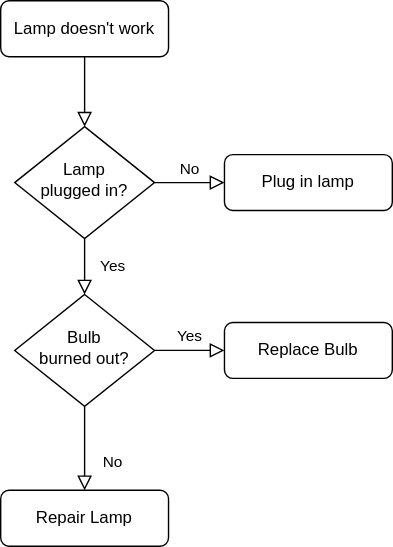
Before: Foxy Jumper.drawio.svg, a diagram exported from draw.io (sapperberet/Jumpy-foxy-Game). Source tidied: cells renumbered, new cells last; positions are measured from the earlier drawing's top-left corner, leaving out a move shared by most shapes. Source of this version:
```xml
<mxGraphModel>
  <root>
    <mxCell id="0" />
    <mxCell id="1" parent="0" />
    <mxCell id="2" style="rounded=0;html=1;jettySize=auto;fontSize=11;endArrow=block;endFill=0;endSize=8;strokeWidth=1;shadow=0;labelBackgroundColor=none;edgeStyle=orthogonalEdgeStyle;" parent="1" edge="1" source="3" target="6">
      <mxGeometry relative="1" as="geometry" />
    </mxCell>
    <mxCell id="3" value="Lamp doesn't work" style="rounded=1;whiteSpace=wrap;html=1;fontSize=12;glass=0;strokeWidth=1;shadow=0;" parent="1" vertex="1">
      <mxGeometry width="120" height="40" as="geometry" />
    </mxCell>
    <mxCell id="4" value="Yes" style="rounded=0;html=1;jettySize=auto;fontSize=11;endArrow=block;endFill=0;endSize=8;strokeWidth=1;shadow=0;labelBackgroundColor=none;edgeStyle=orthogonalEdgeStyle;" parent="1" edge="1" source="6" target="10">
      <mxGeometry y="20" relative="1" as="geometry" />
    </mxCell>
    <mxCell id="5" value="No" style="edgeStyle=orthogonalEdgeStyle;rounded=0;html=1;jettySize=auto;fontSize=11;endArrow=block;endFill=0;endSize=8;strokeWidth=1;shadow=0;labelBackgroundColor=none;" parent="1" edge="1" source="6" target="7">
      <mxGeometry y="10" relative="1" as="geometry" />
    </mxCell>
    <mxCell id="6" value="Lamp&lt;br&gt;plugged in?" style="rhombus;whiteSpace=wrap;html=1;shadow=0;fontFamily=Helvetica;fontSize=12;align=center;strokeWidth=1;spacing=6;spacingTop=-4;" parent="1" vertex="1">
      <mxGeometry x="10" y="90" width="100" height="80" as="geometry" />
    </mxCell>
    <mxCell id="7" value="Plug in lamp" style="rounded=1;whiteSpace=wrap;html=1;fontSize=12;glass=0;strokeWidth=1;shadow=0;" parent="1" vertex="1">
      <mxGeometry x="160" y="110" width="120" height="40" as="geometry" />
    </mxCell>
    <mxCell id="8" value="No" style="rounded=0;html=1;jettySize=auto;fontSize=11;endArrow=block;endFill=0;endSize=8;strokeWidth=1;shadow=0;labelBackgroundColor=none;edgeStyle=orthogonalEdgeStyle;" parent="1" edge="1" source="10" target="11">
      <mxGeometry x="0.33" y="20" relative="1" as="geometry" />
    </mxCell>
    <mxCell id="9" value="Yes" style="edgeStyle=orthogonalEdgeStyle;rounded=0;html=1;jettySize=auto;fontSize=11;endArrow=block;endFill=0;endSize=8;strokeWidth=1;shadow=0;labelBackgroundColor=none;" parent="1" edge="1" source="10" target="12">
      <mxGeometry y="10" relative="1" as="geometry" />
    </mxCell>
    <mxCell id="10" value="Bulb&lt;br&gt;burned out?" style="rhombus;whiteSpace=wrap;html=1;shadow=0;fontFamily=Helvetica;fontSize=12;align=center;strokeWidth=1;spacing=6;spacingTop=-4;" parent="1" vertex="1">
      <mxGeometry x="10" y="210" width="100" height="80" as="geometry" />
    </mxCell>
    <mxCell id="11" value="Repair Lamp" style="rounded=1;whiteSpace=wrap;html=1;fontSize=12;glass=0;strokeWidth=1;shadow=0;" parent="1" vertex="1">
      <mxGeometry y="350" width="120" height="40" as="geometry" />
    </mxCell>
    <mxCell id="12" value="Replace Bulb" style="rounded=1;whiteSpace=wrap;html=1;fontSize=12;glass=0;strokeWidth=1;shadow=0;" parent="1" vertex="1">
      <mxGeometry x="160" y="230" width="120" height="40" as="geometry" />
    </mxCell>
  </root>
</mxGraphModel>
```
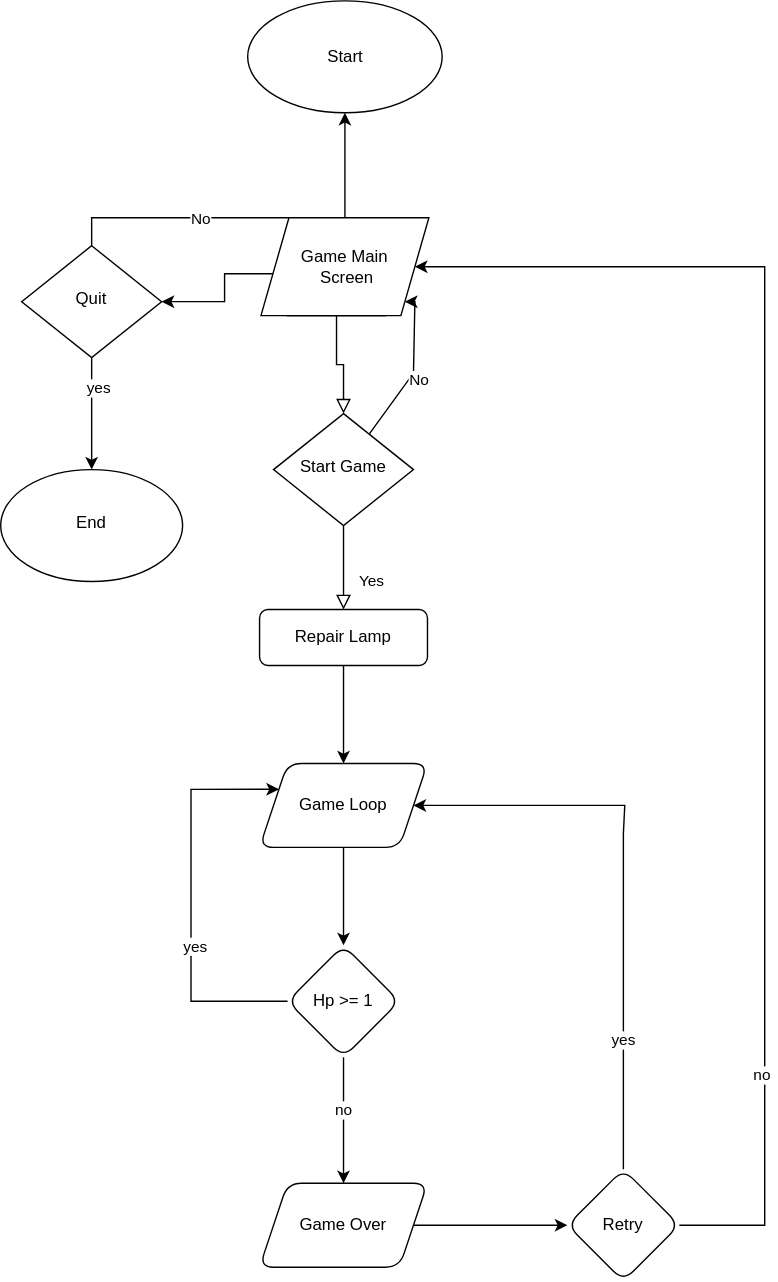
Above is the later version.

What changed in the source:
```diff
@@ -2,38 +2,128 @@
   <root>
     <mxCell id="0" />
     <mxCell id="1" parent="0" />
-    <mxCell id="2" style="rounded=0;html=1;jettySize=auto;fontSize=11;endArrow=block;endFill=0;endSize=8;strokeWidth=1;shadow=0;labelBackgroundColor=none;edgeStyle=orthogonalEdgeStyle;" parent="1" edge="1" source="3" target="6">
-      <mxGeometry relative="1" as="geometry" />
-    </mxCell>
-    <mxCell id="3" value="Lamp doesn't work" style="rounded=1;whiteSpace=wrap;html=1;fontSize=12;glass=0;strokeWidth=1;shadow=0;" parent="1" vertex="1">
-      <mxGeometry width="120" height="40" as="geometry" />
-    </mxCell>
-    <mxCell id="4" value="Yes" style="rounded=0;html=1;jettySize=auto;fontSize=11;endArrow=block;endFill=0;endSize=8;strokeWidth=1;shadow=0;labelBackgroundColor=none;edgeStyle=orthogonalEdgeStyle;" parent="1" edge="1" source="6" target="10">
+    <mxCell id="4" style="rounded=0;html=1;jettySize=auto;fontSize=11;endArrow=block;endFill=0;endSize=8;strokeWidth=1;shadow=0;labelBackgroundColor=none;edgeStyle=orthogonalEdgeStyle;" parent="1" edge="1" source="6" target="10">
       <mxGeometry y="20" relative="1" as="geometry" />
     </mxCell>
-    <mxCell id="5" value="No" style="edgeStyle=orthogonalEdgeStyle;rounded=0;html=1;jettySize=auto;fontSize=11;endArrow=block;endFill=0;endSize=8;strokeWidth=1;shadow=0;labelBackgroundColor=none;" parent="1" edge="1" source="6" target="7">
-      <mxGeometry y="10" relative="1" as="geometry" />
-    </mxCell>
+    <mxCell id="13" style="edgeStyle=orthogonalEdgeStyle;rounded=0;jettySize=auto;html=1;" parent="1" edge="1" source="6" target="21">
+      <mxGeometry relative="1" as="geometry" />
+    </mxCell>
-    <mxCell id="6" value="Lamp&lt;br&gt;plugged in?" style="rhombus;whiteSpace=wrap;html=1;shadow=0;fontFamily=Helvetica;fontSize=12;align=center;strokeWidth=1;spacing=6;spacingTop=-4;" parent="1" vertex="1">
-      <mxGeometry x="10" y="90" width="100" height="80" as="geometry" />
+    <mxCell id="6" value="Lamp&lt;br&gt;plugged in?" style="parallelogram;whiteSpace=wrap;html=1;shadow=0;fontFamily=Helvetica;fontSize=12;align=center;strokeWidth=1;spacing=6;spacingTop=-4;" parent="1" vertex="1">
+      <mxGeometry x="20" y="80" width="70" height="60" as="geometry" />
     </mxCell>
-    <mxCell id="7" value="Plug in lamp" style="rounded=1;whiteSpace=wrap;html=1;fontSize=12;glass=0;strokeWidth=1;shadow=0;" parent="1" vertex="1">
-      <mxGeometry x="160" y="110" width="120" height="40" as="geometry" />
-    </mxCell>
-    <mxCell id="8" value="No" style="rounded=0;html=1;jettySize=auto;fontSize=11;endArrow=block;endFill=0;endSize=8;strokeWidth=1;shadow=0;labelBackgroundColor=none;edgeStyle=orthogonalEdgeStyle;" parent="1" edge="1" source="10" target="11">
+    <mxCell id="8" value="Yes" style="rounded=0;html=1;jettySize=auto;fontSize=11;endArrow=block;endFill=0;endSize=8;strokeWidth=1;shadow=0;labelBackgroundColor=none;edgeStyle=orthogonalEdgeStyle;" parent="1" edge="1" source="10" target="11">
       <mxGeometry x="0.33" y="20" relative="1" as="geometry" />
     </mxCell>
-    <mxCell id="9" value="Yes" style="edgeStyle=orthogonalEdgeStyle;rounded=0;html=1;jettySize=auto;fontSize=11;endArrow=block;endFill=0;endSize=8;strokeWidth=1;shadow=0;labelBackgroundColor=none;" parent="1" edge="1" source="10" target="12">
-      <mxGeometry y="10" relative="1" as="geometry" />
-    </mxCell>
+    <mxCell id="14" style="edgeStyle=orthogonalEdgeStyle;rounded=0;jettySize=auto;html=1;entryX=1;entryY=1;entryDx=0;entryDy=0;" parent="1" edge="1" source="10" target="24">
+      <mxGeometry relative="1" as="geometry">
+        <Array as="points">
+          <mxPoint x="110" y="181" />
+          <mxPoint x="111" y="181" />
+          <mxPoint x="111" y="130" />
+        </Array>
+      </mxGeometry>
+    </mxCell>
+    <mxCell id="15" value="No" style="edgeLabel;html=1;align=center;verticalAlign=middle;" parent="14" vertex="1">
+      <mxGeometry x="-0.06" y="-5" relative="1" as="geometry" />
+    </mxCell>
-    <mxCell id="10" value="Bulb&lt;br&gt;burned out?" style="rhombus;whiteSpace=wrap;html=1;shadow=0;fontFamily=Helvetica;fontSize=12;align=center;strokeWidth=1;spacing=6;spacingTop=-4;" parent="1" vertex="1">
+    <mxCell id="10" value="Start Game" style="rhombus;whiteSpace=wrap;html=1;shadow=0;fontFamily=Helvetica;fontSize=12;align=center;strokeWidth=1;spacing=6;spacingTop=-4;" parent="1" vertex="1">
       <mxGeometry x="10" y="210" width="100" height="80" as="geometry" />
     </mxCell>
+    <mxCell id="16" style="edgeStyle=orthogonalEdgeStyle;rounded=0;jettySize=auto;html=1;" parent="1" edge="1" source="11" target="27">
+      <mxGeometry relative="1" as="geometry" />
+    </mxCell>
     <mxCell id="11" value="Repair Lamp" style="rounded=1;whiteSpace=wrap;html=1;fontSize=12;glass=0;strokeWidth=1;shadow=0;" parent="1" vertex="1">
       <mxGeometry y="350" width="120" height="40" as="geometry" />
     </mxCell>
-    <mxCell id="12" value="Replace Bulb" style="rounded=1;whiteSpace=wrap;html=1;fontSize=12;glass=0;strokeWidth=1;shadow=0;" parent="1" vertex="1">
-      <mxGeometry x="160" y="230" width="120" height="40" as="geometry" />
-    </mxCell>
+    <mxCell id="17" style="edgeStyle=orthogonalEdgeStyle;rounded=0;jettySize=auto;html=1;" parent="1" edge="1" source="21" target="22">
+      <mxGeometry relative="1" as="geometry" />
+    </mxCell>
+    <mxCell id="18" value="yes" style="edgeLabel;html=1;align=center;verticalAlign=middle;" parent="17" vertex="1">
+      <mxGeometry x="-0.47" y="4" relative="1" as="geometry" />
+    </mxCell>
+    <mxCell id="19" style="edgeStyle=orthogonalEdgeStyle;rounded=0;jettySize=auto;html=1;entryX=0.5;entryY=0;entryDx=0;entryDy=0;" parent="1" edge="1" source="21" target="6">
+      <mxGeometry relative="1" as="geometry">
+        <Array as="points">
+          <mxPoint x="-120" y="70" />
+          <mxPoint x="60" y="70" />
+        </Array>
+      </mxGeometry>
+    </mxCell>
+    <mxCell id="20" value="No" style="edgeLabel;html=1;align=center;verticalAlign=middle;" parent="19" vertex="1">
+      <mxGeometry x="-0.1" relative="1" as="geometry" />
+    </mxCell>
+    <mxCell id="21" value="Quit " style="rhombus;whiteSpace=wrap;html=1;shadow=0;fontFamily=Helvetica;fontSize=12;align=center;strokeWidth=1;spacing=6;spacingTop=-4;" parent="1" vertex="1">
+      <mxGeometry x="-170" y="90" width="100" height="80" as="geometry" />
+    </mxCell>
+    <mxCell id="22" value="End" style="ellipse;whiteSpace=wrap;html=1;shadow=0;strokeWidth=1;spacing=6;spacingTop=-4;" parent="1" vertex="1">
+      <mxGeometry x="-185" y="250" width="130" height="80" as="geometry" />
+    </mxCell>
+    <mxCell id="23" style="edgeStyle=orthogonalEdgeStyle;rounded=0;jettySize=auto;html=1;" parent="1" edge="1" source="24" target="25">
+      <mxGeometry relative="1" as="geometry" />
+    </mxCell>
+    <mxCell id="24" value="&lt;div&gt;Game Main&lt;/div&gt;&lt;div&gt;&amp;nbsp;Screen&lt;/div&gt;" style="shape=parallelogram;perimeter=parallelogramPerimeter;whiteSpace=wrap;html=1;fixedSize=1;" parent="1" vertex="1">
+      <mxGeometry x="1" y="70" width="120" height="70" as="geometry" />
+    </mxCell>
+    <mxCell id="25" value="Start" style="ellipse;whiteSpace=wrap;html=1;" parent="1" vertex="1">
+      <mxGeometry x="-8.5" y="-85" width="139" height="80" as="geometry" />
+    </mxCell>
+    <mxCell id="26" style="edgeStyle=orthogonalEdgeStyle;rounded=0;jettySize=auto;html=1;" parent="1" edge="1" source="27" target="32">
+      <mxGeometry relative="1" as="geometry" />
+    </mxCell>
+    <mxCell id="27" value="Game Loop" style="shape=parallelogram;perimeter=parallelogramPerimeter;whiteSpace=wrap;html=1;fixedSize=1;rounded=1;glass=0;strokeWidth=1;shadow=0;" parent="1" vertex="1">
+      <mxGeometry y="460" width="120" height="60" as="geometry" />
+    </mxCell>
+    <mxCell id="28" style="edgeStyle=orthogonalEdgeStyle;rounded=0;jettySize=auto;html=1;" parent="1" edge="1" source="32" target="34">
+      <mxGeometry relative="1" as="geometry" />
+    </mxCell>
+    <mxCell id="29" value="&lt;div&gt;no&lt;/div&gt;" style="edgeLabel;html=1;align=center;verticalAlign=middle;" parent="28" vertex="1">
+      <mxGeometry x="-0.18" y="-1" relative="1" as="geometry" />
+    </mxCell>
+    <mxCell id="30" style="edgeStyle=orthogonalEdgeStyle;rounded=0;jettySize=auto;html=1;entryX=0;entryY=0.25;entryDx=0;entryDy=0;" parent="1" edge="1" source="32" target="27">
+      <mxGeometry relative="1" as="geometry">
+        <Array as="points">
+          <mxPoint x="-49" y="630" />
+          <mxPoint x="-49" y="479" />
+        </Array>
+      </mxGeometry>
+    </mxCell>
+    <mxCell id="31" value="yes" style="edgeLabel;html=1;align=center;verticalAlign=middle;" parent="30" vertex="1">
+      <mxGeometry x="-0.24" y="-2" relative="1" as="geometry" />
+    </mxCell>
+    <mxCell id="32" value="Hp &amp;gt;= 1" style="rhombus;whiteSpace=wrap;html=1;rounded=1;glass=0;strokeWidth=1;shadow=0;" parent="1" vertex="1">
+      <mxGeometry x="20" y="590" width="80" height="80" as="geometry" />
+    </mxCell>
+    <mxCell id="33" style="edgeStyle=orthogonalEdgeStyle;rounded=0;jettySize=auto;html=1;" parent="1" edge="1" source="34" target="39">
+      <mxGeometry relative="1" as="geometry" />
+    </mxCell>
+    <mxCell id="34" value="Game Over" style="shape=parallelogram;perimeter=parallelogramPerimeter;whiteSpace=wrap;html=1;fixedSize=1;rounded=1;glass=0;strokeWidth=1;shadow=0;" parent="1" vertex="1">
+      <mxGeometry y="760" width="120" height="60" as="geometry" />
+    </mxCell>
+    <mxCell id="35" style="edgeStyle=orthogonalEdgeStyle;rounded=0;jettySize=auto;html=1;" parent="1" edge="1" source="39" target="27">
+      <mxGeometry relative="1" as="geometry">
+        <Array as="points">
+          <mxPoint x="260" y="510" />
+          <mxPoint x="261" y="510" />
+          <mxPoint x="261" y="490" />
+        </Array>
+      </mxGeometry>
+    </mxCell>
+    <mxCell id="36" value="yes" style="edgeLabel;html=1;align=center;verticalAlign=middle;" parent="35" vertex="1">
+      <mxGeometry x="-0.55" y="1" relative="1" as="geometry" />
+    </mxCell>
+    <mxCell id="37" style="edgeStyle=orthogonalEdgeStyle;rounded=0;jettySize=auto;html=1;" parent="1" edge="1" source="39" target="24">
+      <mxGeometry relative="1" as="geometry">
+        <Array as="points">
+          <mxPoint x="361" y="790" />
+          <mxPoint x="361" y="105" />
+        </Array>
+      </mxGeometry>
+    </mxCell>
+    <mxCell id="38" value="no" style="edgeLabel;html=1;align=center;verticalAlign=middle;" parent="37" vertex="1">
+      <mxGeometry x="-0.66" y="3" relative="1" as="geometry" />
+    </mxCell>
+    <mxCell id="39" value="&lt;div&gt;Retry&lt;br&gt;&lt;/div&gt;" style="rhombus;whiteSpace=wrap;html=1;rounded=1;glass=0;strokeWidth=1;shadow=0;" parent="1" vertex="1">
+      <mxGeometry x="220" y="750" width="80" height="80" as="geometry" />
+    </mxCell>
   </root>
 </mxGraphModel>
```
